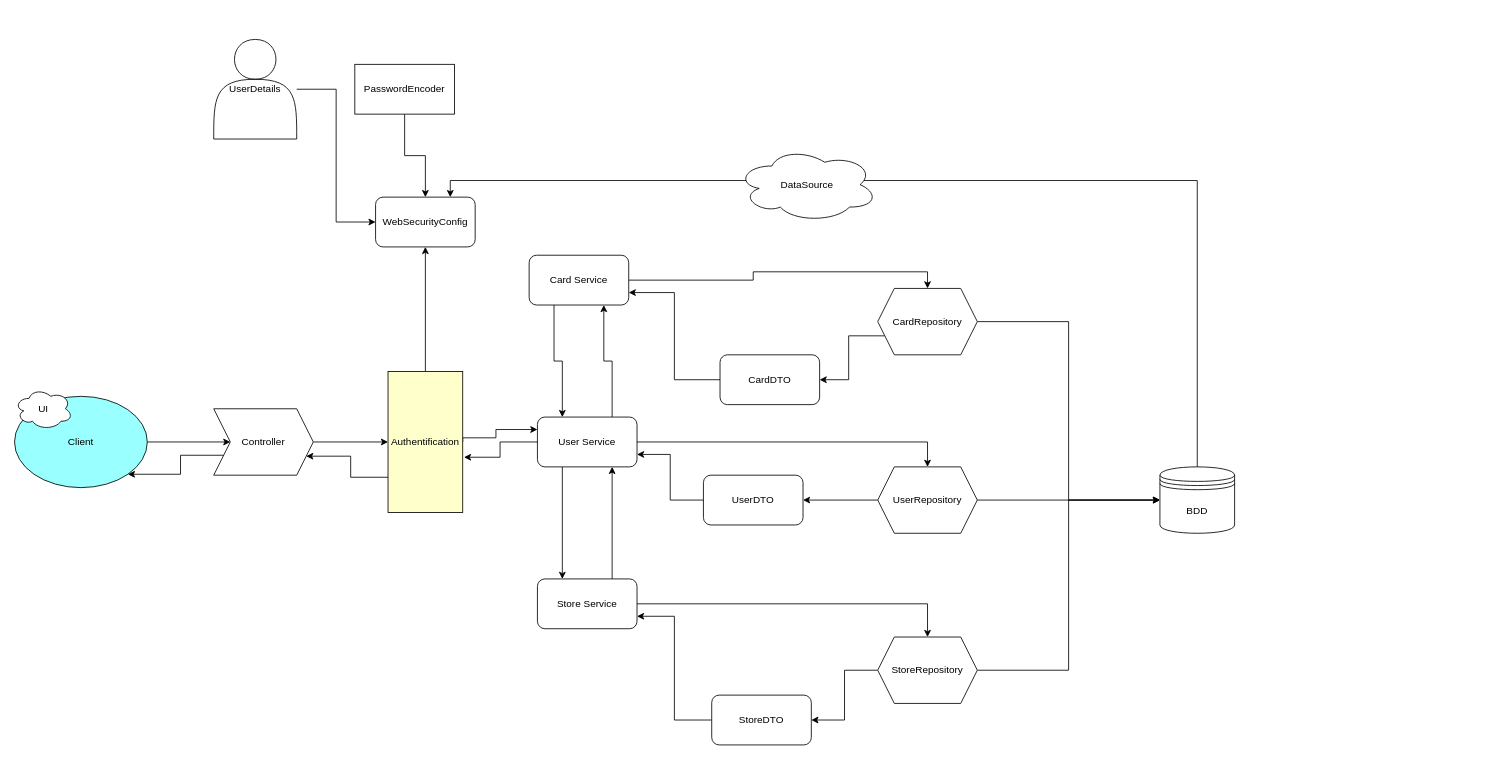
Before: diagramme_detaille.drawio in crab-chilling/enfriamiento-de-cangrejo, a draw.io diagram. Source tidied: cells renumbered, new cells numbered last; positions are measured from the earlier drawing's top-left corner, leaving out a move shared by most shapes. Both pictures are drawn from the tidied source at 83%, with x=0, y=0 at pixel (14, 39).
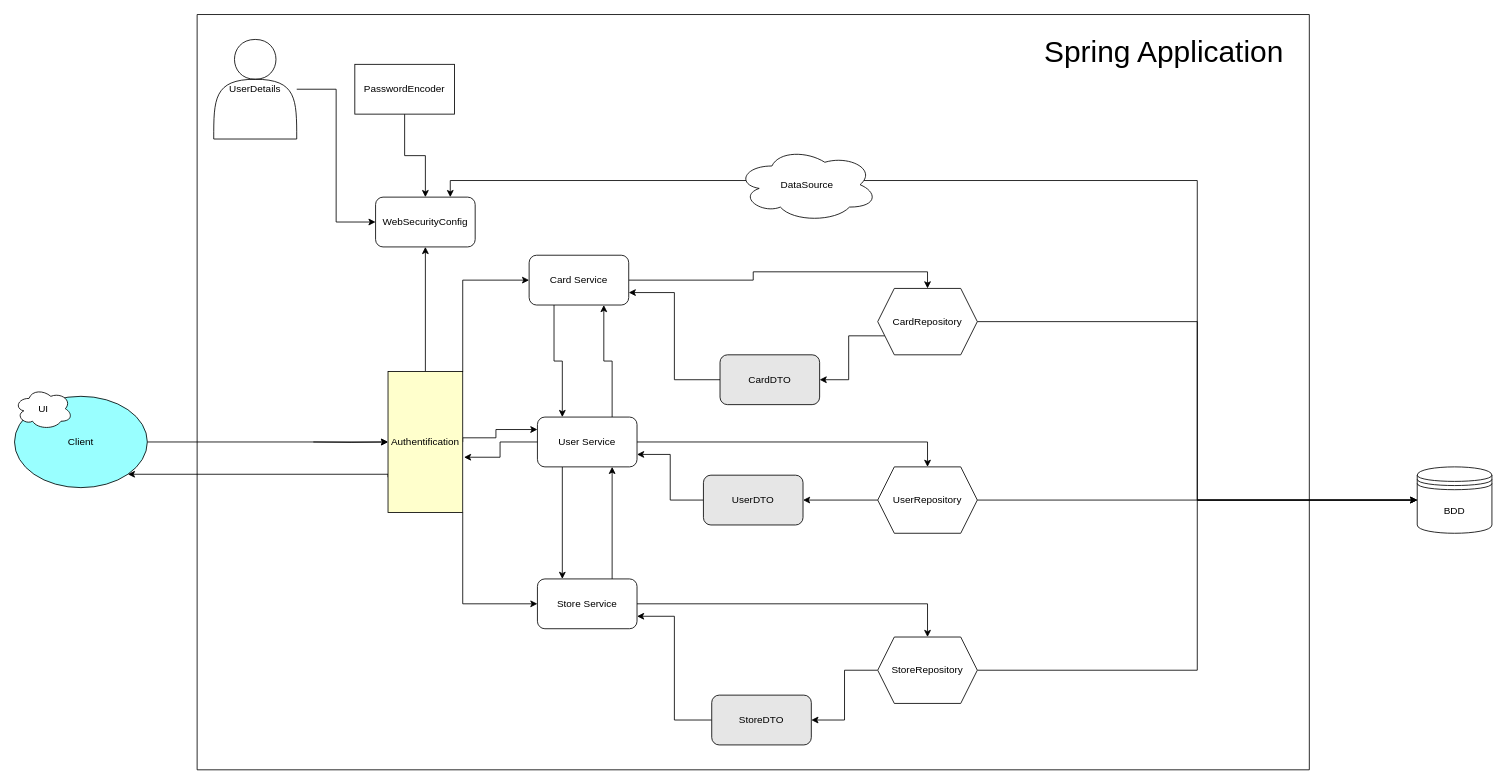
After the change.

Unchanged cells that the change refers to:
```xml
<mxCell id="3" value="Client" style="ellipse;whiteSpace=wrap;html=1;fillColor=#99FFFF;" parent="1" vertex="1">
  <mxGeometry y="430" width="160" height="110" as="geometry" />
</mxCell>
<mxCell id="8" value="Authentification" style="whiteSpace=wrap;html=1;fillColor=#FFFFCC;" parent="1" vertex="1">
  <mxGeometry x="450" y="400" width="90" height="170" as="geometry" />
</mxCell>
<mxCell id="22" value="Card Service" style="rounded=1;whiteSpace=wrap;html=1;" parent="1" vertex="1">
  <mxGeometry x="620" y="260" width="120" height="60" as="geometry" />
</mxCell>
<mxCell id="29" value="Store Service" style="rounded=1;whiteSpace=wrap;html=1;" parent="1" vertex="1">
  <mxGeometry x="630" y="650" width="120" height="60" as="geometry" />
</mxCell>
```

The edit, as a diff of the source:
```diff
@@
-    <mxCell id="2" style="edgeStyle=orthogonalEdgeStyle;rounded=0;jettySize=auto;html=1;entryX=0;entryY=0.5;entryDx=0;entryDy=0;" parent="1" edge="1" source="3" target="32">
-      <mxGeometry relative="1" as="geometry" />
-    </mxCell>
+    <mxCell id="46" style="edgeStyle=orthogonalEdgeStyle;rounded=0;jettySize=auto;html=1;entryX=0;entryY=0.5;entryDx=0;entryDy=0;" parent="1" edge="1" source="3" target="8">
+      <mxGeometry relative="1" as="geometry" />
+    </mxCell>
@@
-    <mxCell id="6" style="edgeStyle=orthogonalEdgeStyle;rounded=0;jettySize=auto;html=1;exitX=0;exitY=0.75;exitDx=0;exitDy=0;entryX=1;entryY=0.75;entryDx=0;entryDy=0;" parent="1" edge="1" source="8" target="32">
-      <mxGeometry relative="1" as="geometry" />
-    </mxCell>
@@
+    <mxCell id="47" style="edgeStyle=orthogonalEdgeStyle;rounded=0;jettySize=auto;html=1;exitX=0;exitY=0.75;exitDx=0;exitDy=0;entryX=1;entryY=1;entryDx=0;entryDy=0;" parent="1" edge="1" source="8" target="3">
+      <mxGeometry relative="1" as="geometry">
+        <Array as="points">
+          <mxPoint x="450" y="524" />
+        </Array>
+      </mxGeometry>
+    </mxCell>
+    <mxCell id="48" style="edgeStyle=orthogonalEdgeStyle;rounded=0;jettySize=auto;html=1;exitX=1;exitY=1;exitDx=0;exitDy=0;entryX=0;entryY=0.5;entryDx=0;entryDy=0;" parent="1" edge="1" source="8" target="29">
+      <mxGeometry relative="1" as="geometry" />
+    </mxCell>
+    <mxCell id="49" style="edgeStyle=orthogonalEdgeStyle;rounded=0;jettySize=auto;html=1;exitX=1;exitY=0;exitDx=0;exitDy=0;entryX=0;entryY=0.5;entryDx=0;entryDy=0;" parent="1" edge="1" source="8" target="22">
+      <mxGeometry relative="1" as="geometry" />
+    </mxCell>
@@
     <mxCell id="10" value="BDD" style="shape=datastore;whiteSpace=wrap;html=1;" parent="1" vertex="1">
-      <mxGeometry x="1380" y="515" width="90" height="80" as="geometry" />
+      <mxGeometry x="1690" y="515" width="90" height="80" as="geometry" />
     </mxCell>
@@
-    <mxCell id="30" style="edgeStyle=orthogonalEdgeStyle;rounded=0;jettySize=auto;html=1;entryX=0;entryY=0.5;entryDx=0;entryDy=0;" parent="1" edge="1" source="32" target="8">
-      <mxGeometry relative="1" as="geometry" />
+    <mxCell id="30" style="edgeStyle=orthogonalEdgeStyle;rounded=0;jettySize=auto;html=1;entryX=0;entryY=0.5;entryDx=0;entryDy=0;" parent="1" edge="1" target="8">
+      <mxGeometry relative="1" as="geometry">
+        <mxPoint x="360" y="485" as="sourcePoint" />
+      </mxGeometry>
     </mxCell>
-    <mxCell id="31" style="edgeStyle=orthogonalEdgeStyle;rounded=0;jettySize=auto;html=1;exitX=0;exitY=0.75;exitDx=0;exitDy=0;entryX=1;entryY=1;entryDx=0;entryDy=0;" parent="1" edge="1" source="32" target="3">
-      <mxGeometry relative="1" as="geometry" />
-    </mxCell>
-    <mxCell id="32" value="Controller" style="shape=step;perimeter=stepPerimeter;whiteSpace=wrap;html=1;fixedSize=1;" parent="1" vertex="1">
-      <mxGeometry x="240" y="445" width="120" height="80" as="geometry" />
-    </mxCell>
@@
-    <mxCell id="35" value="CardDTO" style="rounded=1;whiteSpace=wrap;html=1;" parent="1" vertex="1">
+    <mxCell id="35" value="CardDTO" style="rounded=1;whiteSpace=wrap;html=1;fillColor=#E6E6E6;" parent="1" vertex="1">
       <mxGeometry x="850" y="380" width="120" height="60" as="geometry" />
     </mxCell>
@@
-    <mxCell id="37" value="UserDTO" style="rounded=1;whiteSpace=wrap;html=1;" parent="1" vertex="1">
+    <mxCell id="37" value="UserDTO" style="rounded=1;whiteSpace=wrap;html=1;fillColor=#E6E6E6;" parent="1" vertex="1">
       <mxGeometry x="830" y="525" width="120" height="60" as="geometry" />
     </mxCell>
@@
-    <mxCell id="39" value="StoreDTO" style="rounded=1;whiteSpace=wrap;html=1;" parent="1" vertex="1">
+    <mxCell id="39" value="StoreDTO" style="rounded=1;whiteSpace=wrap;html=1;fillColor=#E6E6E6;" parent="1" vertex="1">
       <mxGeometry x="840" y="790" width="120" height="60" as="geometry" />
     </mxCell>
@@
+    <mxCell id="50" style="swimlane;startSize=0;" parent="1" vertex="1">
+      <mxGeometry x="220" y="-30" width="1340" height="910" as="geometry" />
+    </mxCell>
+    <mxCell id="51" value="&lt;font style=&quot;font-size: 36px;&quot;&gt;Spring Application&lt;/font&gt;" style="text;html=1;align=center;verticalAlign=middle;whiteSpace=wrap;rounded=0;" parent="50" vertex="1">
+      <mxGeometry x="990" width="350" height="90" as="geometry" />
+    </mxCell>
```
